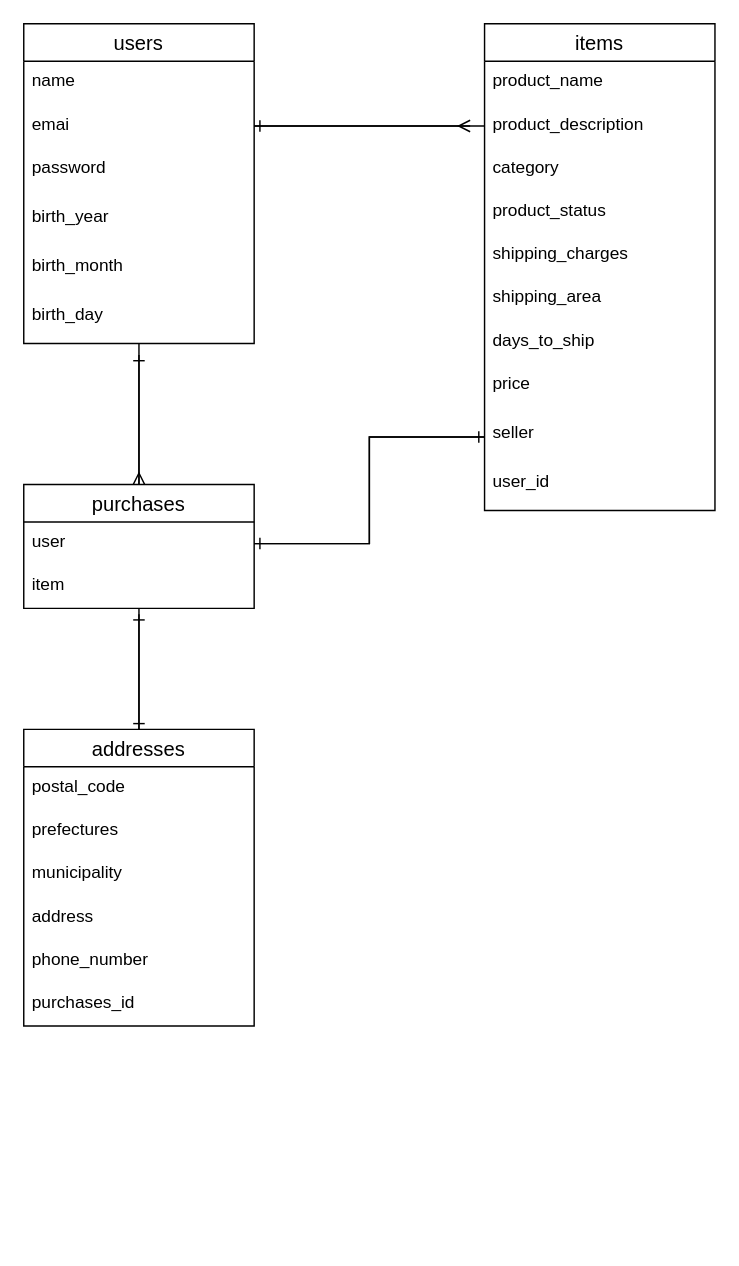
Earlier version of the draw.io diagram furima.dio (Sakai-yu0321/furima-35537). Source tidied: cells renumbered, new cells numbered last; positions are measured from the earlier drawing's top-left corner, leaving out a move shared by most shapes. Both pictures are drawn from the tidied source at 144%, with x=0, y=0 at pixel (23, 23).
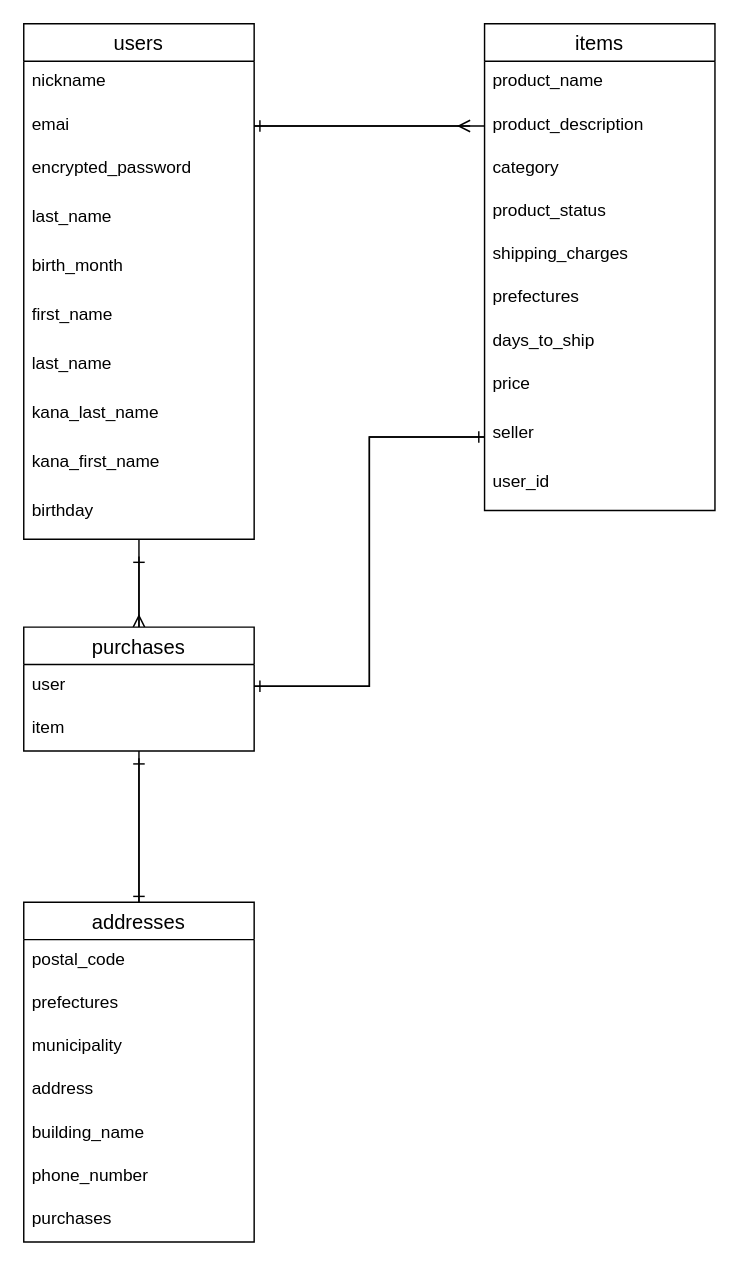
The same diagram, later.

The change refers to these unchanged cells:
```xml
<mxCell id="10" value="items" style="swimlane;fontStyle=0;horizontal=1;startSize=26;align=center;fontSize=14;" parent="1" vertex="1">
  <mxGeometry x="320" width="160" height="338" as="geometry" />
</mxCell>
```

Change to the diagram source:
```diff
@@
     <mxCell id="3" value="users" style="swimlane;fontStyle=0;horizontal=1;startSize=26;align=center;fontSize=14;" parent="1" vertex="1">
-      <mxGeometry width="160" height="222" as="geometry" />
+      <mxGeometry width="160" height="358" as="geometry" />
     </mxCell>
-    <mxCell id="4" value="name" style="text;strokeColor=none;fillColor=none;spacingLeft=4;spacingRight=4;overflow=hidden;fontSize=12;" parent="3" vertex="1">
+    <mxCell id="4" value="nickname" style="text;strokeColor=none;fillColor=none;spacingLeft=4;spacingRight=4;overflow=hidden;fontSize=12;fontStyle=0;" parent="3" vertex="1">
       <mxGeometry y="26" width="160" height="30" as="geometry" />
     </mxCell>
@@
-    <mxCell id="6" value="password" style="text;strokeColor=none;fillColor=none;spacingLeft=4;spacingRight=4;overflow=hidden;fontSize=12;" parent="3" vertex="1">
+    <mxCell id="6" value="encrypted_password" style="text;strokeColor=none;fillColor=none;spacingLeft=4;spacingRight=4;overflow=hidden;fontSize=12;" parent="3" vertex="1">
       <mxGeometry y="86" width="160" height="34" as="geometry" />
     </mxCell>
-    <mxCell id="7" value="birth_year" style="text;strokeColor=none;fillColor=none;spacingLeft=4;spacingRight=4;overflow=hidden;fontSize=12;" parent="3" vertex="1">
+    <mxCell id="7" value="last_name" style="text;strokeColor=none;fillColor=none;spacingLeft=4;spacingRight=4;overflow=hidden;fontSize=12;fontStyle=0;" parent="3" vertex="1">
       <mxGeometry y="120" width="160" height="34" as="geometry" />
     </mxCell>
@@
+    <mxCell id="39" value="first_name" style="text;strokeColor=none;fillColor=none;spacingLeft=4;spacingRight=4;overflow=hidden;fontSize=12;fontStyle=0;" parent="3" vertex="1">
+      <mxGeometry y="188" width="160" height="34" as="geometry" />
+    </mxCell>
+    <mxCell id="40" value="last_name" style="text;strokeColor=none;fillColor=none;spacingLeft=4;spacingRight=4;overflow=hidden;fontSize=12;fontStyle=0;" parent="3" vertex="1">
+      <mxGeometry y="222" width="160" height="34" as="geometry" />
+    </mxCell>
+    <mxCell id="41" value="kana_last_name" style="text;strokeColor=none;fillColor=none;spacingLeft=4;spacingRight=4;overflow=hidden;fontSize=12;fontStyle=0;" parent="3" vertex="1">
+      <mxGeometry y="256" width="160" height="34" as="geometry" />
+    </mxCell>
+    <mxCell id="42" value="kana_first_name" style="text;strokeColor=none;fillColor=none;spacingLeft=4;spacingRight=4;overflow=hidden;fontSize=12;fontStyle=0;" parent="3" vertex="1">
+      <mxGeometry y="290" width="160" height="34" as="geometry" />
+    </mxCell>
-    <mxCell id="9" value="birth_day" style="text;strokeColor=none;fillColor=none;spacingLeft=4;spacingRight=4;overflow=hidden;fontSize=12;" parent="3" vertex="1">
-      <mxGeometry y="188" width="160" height="34" as="geometry" />
+    <mxCell id="9" value="birthday" style="text;strokeColor=none;fillColor=none;spacingLeft=4;spacingRight=4;overflow=hidden;fontSize=12;" parent="3" vertex="1">
+      <mxGeometry y="324" width="160" height="34" as="geometry" />
     </mxCell>
@@
-    <mxCell id="16" value="shipping_area" style="text;strokeColor=none;fillColor=none;spacingLeft=4;spacingRight=4;overflow=hidden;fontSize=12;fontStyle=0;" parent="10" vertex="1">
+    <mxCell id="16" value="prefectures" style="text;strokeColor=none;fillColor=none;spacingLeft=4;spacingRight=4;overflow=hidden;fontSize=12;fontStyle=0;" parent="10" vertex="1">
       <mxGeometry y="176" width="160" height="30" as="geometry" />
     </mxCell>
@@
     <mxCell id="21" style="edgeStyle=orthogonalEdgeStyle;rounded=0;jettySize=auto;html=1;endArrow=ERone;endFill=0;" parent="1" edge="1" source="23">
       <mxGeometry relative="1" as="geometry">
-        <mxPoint x="80" y="230" as="targetPoint" />
+        <mxPoint x="80" y="370" as="targetPoint" />
       </mxGeometry>
     </mxCell>
@@
     <mxCell id="23" value="purchases" style="swimlane;fontStyle=0;horizontal=1;startSize=26;align=center;fontSize=14;" parent="1" vertex="1">
-      <mxGeometry y="320" width="160" height="86" as="geometry" />
+      <mxGeometry y="419" width="160" height="86" as="geometry" />
     </mxCell>
@@
     <mxCell id="26" style="edgeStyle=orthogonalEdgeStyle;rounded=0;jettySize=auto;html=1;endArrow=ERone;endFill=0;" parent="1" edge="1" source="27">
       <mxGeometry relative="1" as="geometry">
-        <mxPoint x="80" y="410" as="targetPoint" />
+        <mxPoint x="80" y="510" as="targetPoint" />
       </mxGeometry>
     </mxCell>
     <mxCell id="27" value="addresses" style="swimlane;fontStyle=0;horizontal=1;startSize=26;align=center;fontSize=14;" parent="1" vertex="1">
-      <mxGeometry y="490" width="160" height="206" as="geometry" />
+      <mxGeometry y="610" width="160" height="236" as="geometry" />
     </mxCell>
@@
+    <mxCell id="43" value="building_name" style="text;strokeColor=none;fillColor=none;spacingLeft=4;spacingRight=4;overflow=hidden;fontSize=12;" parent="27" vertex="1">
+      <mxGeometry y="146" width="160" height="30" as="geometry" />
+    </mxCell>
     <mxCell id="32" value="phone_number" style="text;strokeColor=none;fillColor=none;spacingLeft=4;spacingRight=4;overflow=hidden;fontSize=12;fontStyle=0;" parent="27" vertex="1">
-      <mxGeometry y="146" width="160" height="30" as="geometry" />
+      <mxGeometry y="176" width="160" height="30" as="geometry" />
     </mxCell>
-    <mxCell id="33" value="purchases_id" style="text;strokeColor=none;fillColor=none;spacingLeft=4;spacingRight=4;overflow=hidden;fontSize=12;fontStyle=0;" parent="27" vertex="1">
-      <mxGeometry y="176" width="160" height="30" as="geometry" />
+    <mxCell id="33" value="purchases" style="text;strokeColor=none;fillColor=none;spacingLeft=4;spacingRight=4;overflow=hidden;fontSize=12;fontStyle=0;" parent="27" vertex="1">
+      <mxGeometry y="206" width="160" height="30" as="geometry" />
     </mxCell>
```
